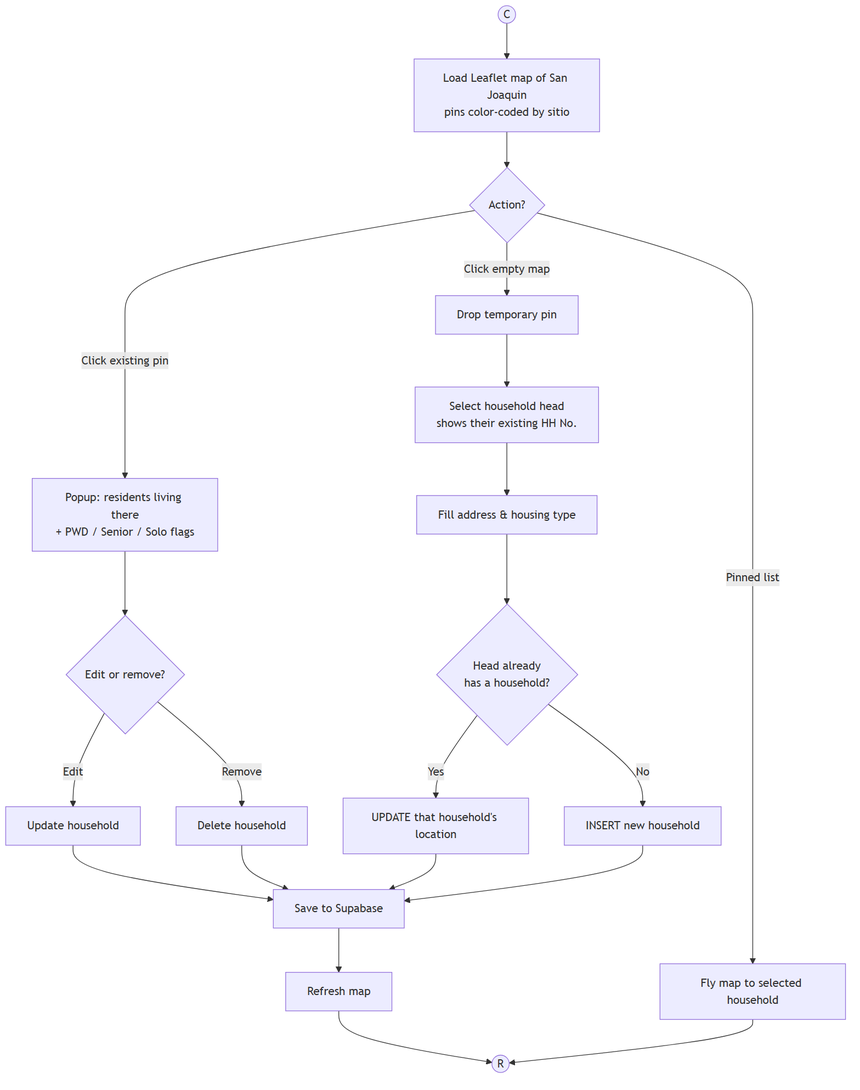
Above: diagrams/modules/gis_household_map.png in KellyEspera/protect (Mermaid), before the change. Its source is kept beside it as diagrams/modules/gis_household_map.mmd.
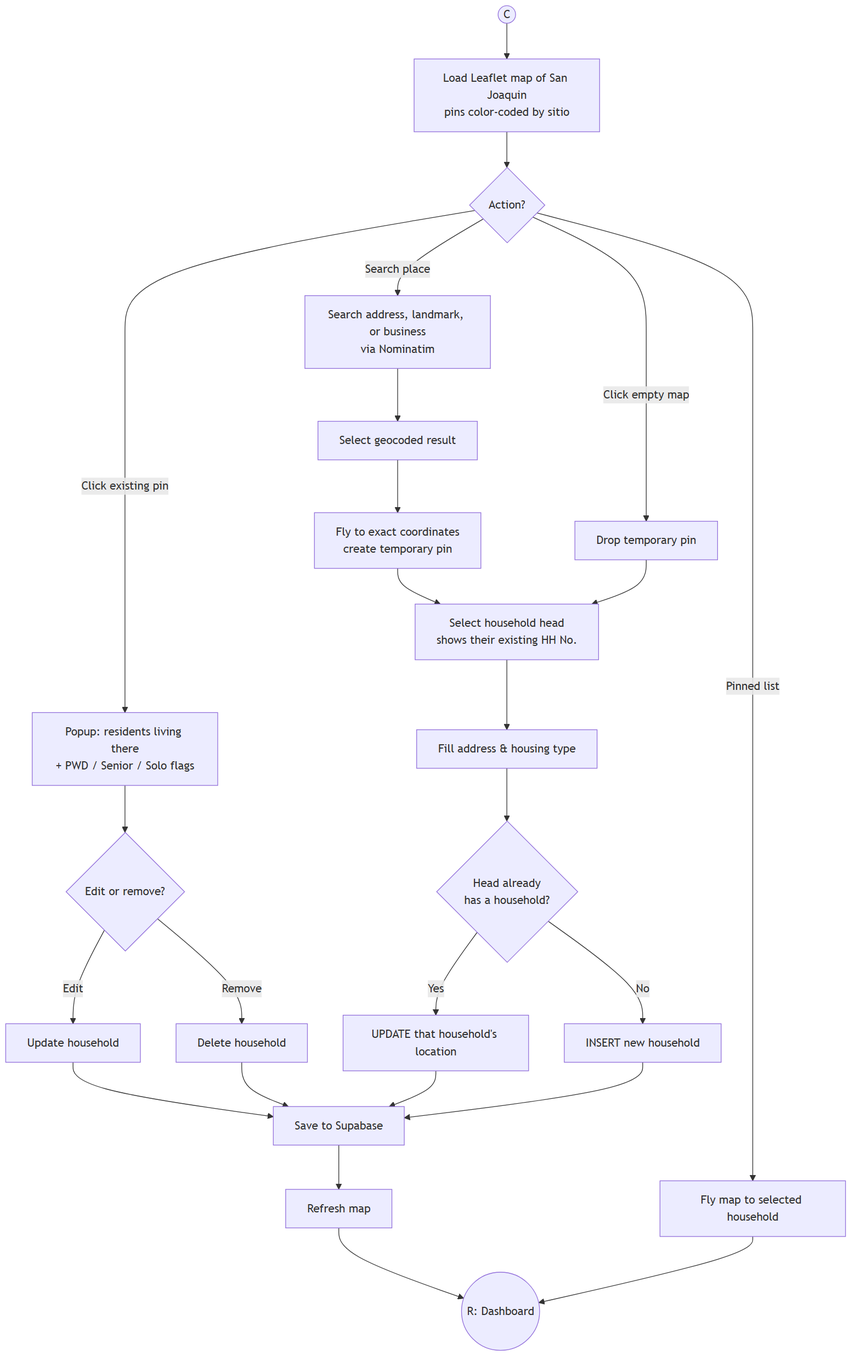
Above is the later version.

What changed in the source:
```diff
@@ -23,5 +23,5 @@
 
     Act -- Pinned list --> Fly[Fly map to selected household]
 
-    SaveU --> Refresh[Refresh map] --> R((R))
+    SaveU --> Refresh[Refresh map] --> R((R: Dashboard))
     Fly --> R
```
